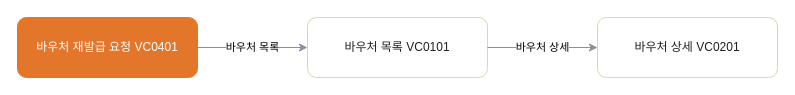
The draw.io diagram page "VC 바우처" (5 of 7) of 판매용_템플릿/_판매팩/여행_플러스/05_FLOW_흐름도.drawio in hyunplanb-cyber/ia-generation-platform, before the edit. Source tidied: cells renumbered, new cells numbered last; positions are measured from the earlier drawing's top-left corner, leaving out a move shared by most shapes. Both pictures are drawn from the tidied source at 100%, with x=0, y=0 at pixel (17, 17).
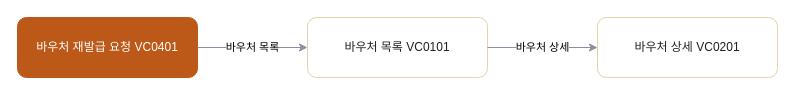
Above is the later version.

What changed in the source:
```diff
@@
 <mxGraphModel>
   <root>
     <mxCell id="0" />
     <mxCell id="1" parent="0" />
     <mxCell id="2" value="바우처 목록 VC0101" style="rounded=1;whiteSpace=wrap;html=1;fillColor=#FFFFFF;strokeColor=#E2D3AE;fontColor=#1F2024;" parent="1" vertex="1">
       <mxGeometry x="290" width="180" height="60" as="geometry" />
     </mxCell>
     <mxCell id="3" value="바우처 상세 VC0201" style="rounded=1;whiteSpace=wrap;html=1;fillColor=#FFFFFF;strokeColor=#E2D3AE;fontColor=#1F2024;" parent="1" vertex="1">
       <mxGeometry x="580" width="180" height="60" as="geometry" />
     </mxCell>
-    <mxCell id="4" value="바우처 재발급 요청 VC0401" style="rounded=1;whiteSpace=wrap;html=1;fillColor=#E4762C;strokeColor=#E4762C;fontColor=#FFFFFF;" parent="1" vertex="1">
+    <mxCell id="4" value="바우처 재발급 요청 VC0401" style="rounded=1;whiteSpace=wrap;html=1;fillColor=#BC5918;strokeColor=#BC5918;fontColor=#FFFFFF;" parent="1" vertex="1">
       <mxGeometry width="180" height="60" as="geometry" />
     </mxCell>
     <mxCell id="5" value="바우처 상세" style="edgeStyle=orthogonalEdgeStyle;rounded=1;html=1;strokeColor=#8B8FA3;" parent="1" edge="1" source="2" target="3">
       <mxGeometry relative="1" as="geometry" />
     </mxCell>
     <mxCell id="6" value="바우처 목록" style="edgeStyle=orthogonalEdgeStyle;rounded=1;html=1;strokeColor=#8B8FA3;" parent="1" edge="1" source="4" target="2">
       <mxGeometry relative="1" as="geometry" />
     </mxCell>
   </root>
 </mxGraphModel>
```
